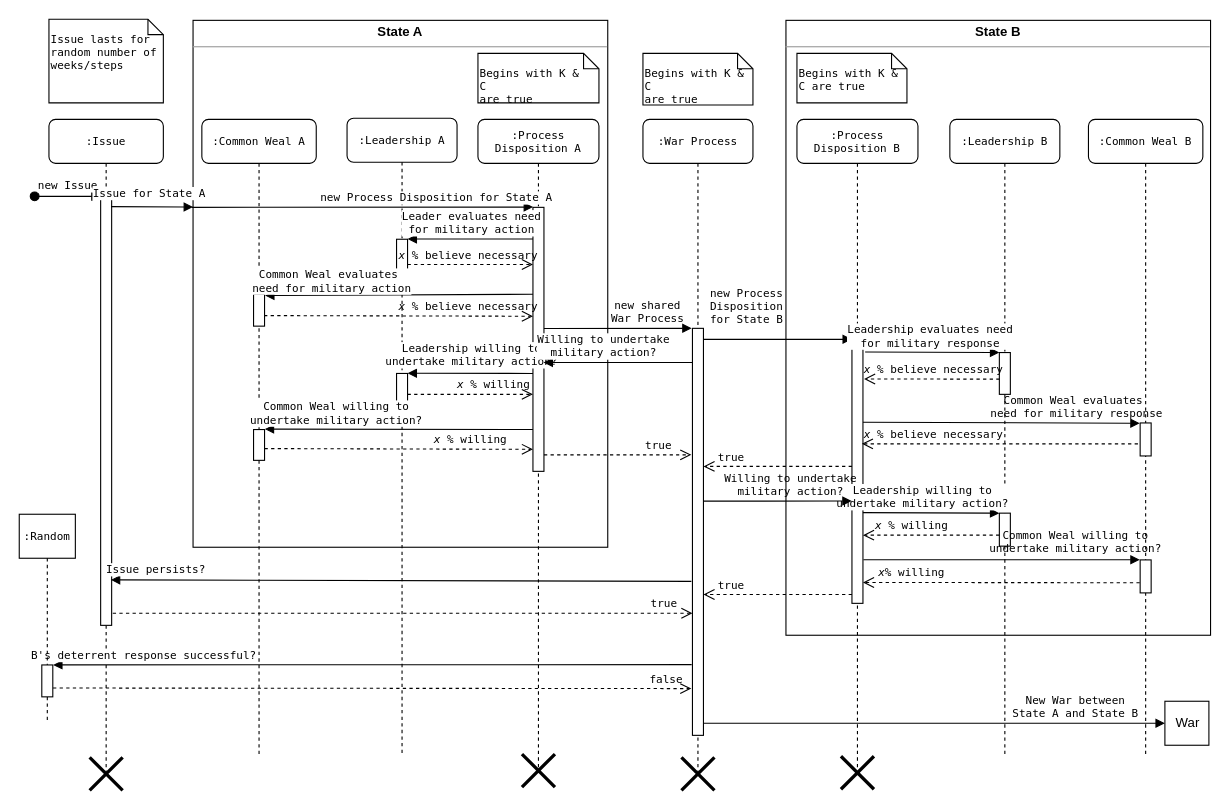
Earlier version of the draw.io diagram documentation/warProcessUML.drawio (usuallycwdillon/george). Source tidied: cells renumbered, new cells numbered last; positions are measured from the earlier drawing's top-left corner, leaving out a move shared by most shapes. Both pictures are drawn from the tidied source at 110%, with x=0, y=0 at pixel (-66, 19).
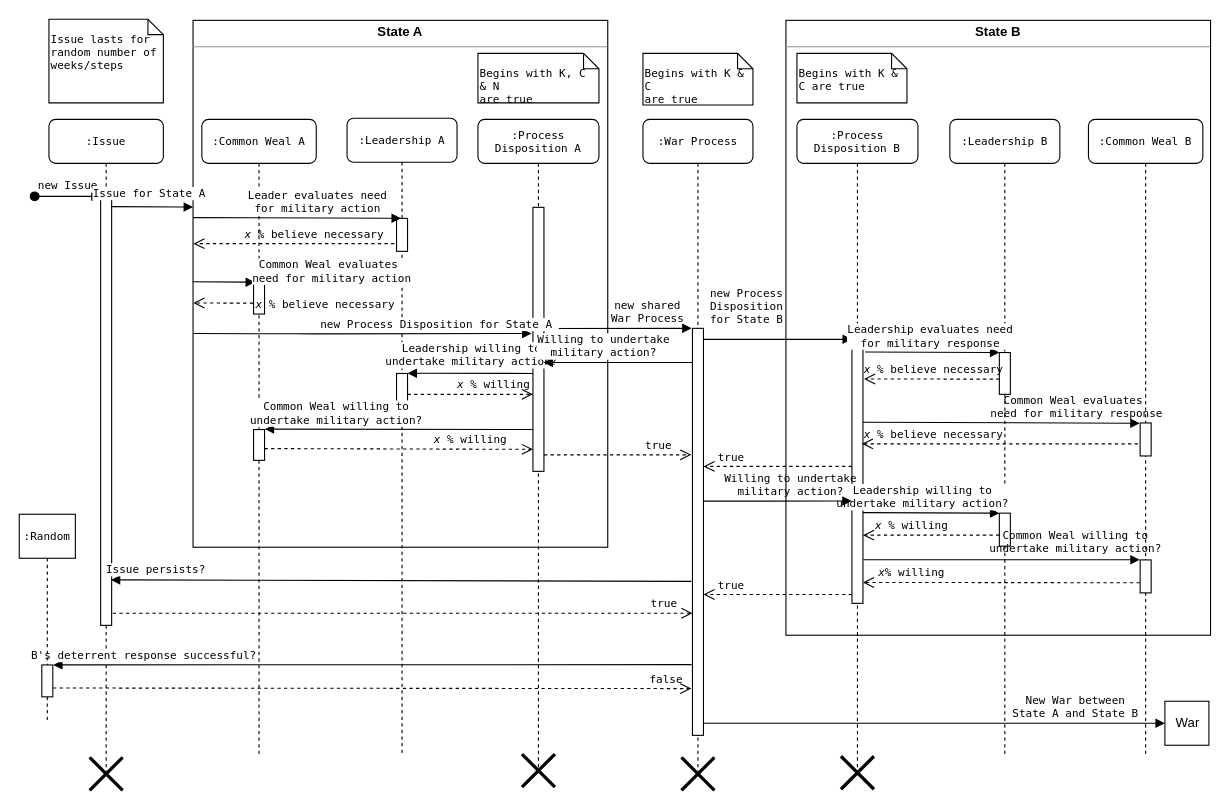
Above is the later version.

Commit message:
update for polity methods before disposition created

The change refers to these unchanged cells:
```xml
<mxCell id="5" style="html=1;points=[];perimeter=orthogonalPerimeter;rounded=0;shadow=0;comic=0;labelBackgroundColor=none;strokeColor=#000000;strokeWidth=1;fillColor=#FFFFFF;fontFamily=Lucida Console;fontSize=10;fontColor=#000000;align=center;" parent="4" vertex="1">
  <mxGeometry x="50" y="80" width="10" height="240" as="geometry" />
</mxCell>
<mxCell id="13" value=":Leadership A" style="shape=umlLifeline;perimeter=lifelinePerimeter;whiteSpace=wrap;html=1;rounded=1;shadow=0;comic=0;labelBackgroundColor=none;strokeColor=#000000;strokeWidth=1;fillColor=#FFFFFF;fontFamily=Lucida Console;fontSize=10;fontColor=#000000;align=center;" parent="1" vertex="1">
  <mxGeometry x="375" y="90" width="100" height="580" as="geometry" />
</mxCell>
<mxCell id="22" value=":Common Weal A" style="shape=umlLifeline;perimeter=lifelinePerimeter;whiteSpace=wrap;html=1;rounded=1;shadow=0;comic=0;labelBackgroundColor=none;strokeColor=#000000;strokeWidth=1;fillColor=#FFFFFF;fontFamily=Lucida Console;fontSize=10;fontColor=#000000;align=center;" parent="1" vertex="1">
  <mxGeometry x="243" y="91" width="104" height="580" as="geometry" />
</mxCell>
```

What changed in the source:
```diff
@@
     <mxCell id="14" style="html=1;perimeter=orthogonalPerimeter;rounded=0;shadow=0;comic=0;labelBackgroundColor=none;strokeColor=#000000;strokeWidth=1;fillColor=#FFFFFF;fontFamily=Lucida Console;fontSize=10;fontColor=#000000;align=center;" parent="13" vertex="1">
-      <mxGeometry x="45" y="110" width="10" height="30" as="geometry" />
+      <mxGeometry x="45" y="91" width="10" height="30" as="geometry" />
     </mxCell>
@@
-    <mxCell id="19" value="&lt;br&gt;Begins with K &amp;amp; C&amp;nbsp;&lt;br&gt;are true&lt;br&gt;" style="shape=note;whiteSpace=wrap;html=1;size=14;verticalAlign=top;align=left;spacingTop=-6;rounded=0;shadow=0;comic=0;labelBackgroundColor=none;strokeColor=#000000;strokeWidth=1;fillColor=#FFFFFF;fontFamily=Lucida Console;fontSize=10;fontColor=#000000;" parent="1" vertex="1">
+    <mxCell id="19" value="&lt;br&gt;Begins with K, C &amp;amp; N&lt;br&gt;are true&lt;br&gt;" style="shape=note;whiteSpace=wrap;html=1;size=14;verticalAlign=top;align=left;spacingTop=-6;rounded=0;shadow=0;comic=0;labelBackgroundColor=none;strokeColor=#000000;strokeWidth=1;fillColor=#FFFFFF;fontFamily=Lucida Console;fontSize=10;fontColor=#000000;" parent="1" vertex="1">
       <mxGeometry x="494" y="31" width="110" height="45" as="geometry" />
     </mxCell>
@@
     <mxCell id="23" style="html=1;points=[];perimeter=orthogonalPerimeter;rounded=0;shadow=0;comic=0;labelBackgroundColor=none;strokeColor=#000000;strokeWidth=1;fillColor=#FFFFFF;fontFamily=Lucida Console;fontSize=10;fontColor=#000000;align=center;" parent="22" vertex="1">
-      <mxGeometry x="47" y="159" width="10" height="29" as="geometry" />
+      <mxGeometry x="47" y="148" width="10" height="29" as="geometry" />
     </mxCell>
@@
-    <mxCell id="35" style="html=1;verticalAlign=bottom;endArrow=block;fontFamily=Lucida Console;fontSize=10;entryX=1.046;entryY=0.042;entryDx=0;entryDy=0;entryPerimeter=0;" parent="1" edge="1" target="23">
+    <mxCell id="35" style="html=1;verticalAlign=bottom;endArrow=block;fontFamily=Lucida Console;fontSize=10;exitX=-0.001;exitY=0.521;exitDx=0;exitDy=0;exitPerimeter=0;entryX=0.133;entryY=0.002;entryDx=0;entryDy=0;entryPerimeter=0;" parent="1" edge="1" target="23">
       <mxGeometry relative="1" as="geometry">
-        <mxPoint x="544" y="250" as="sourcePoint" />
+        <mxPoint x="234.7" y="238.7" as="sourcePoint" />
       </mxGeometry>
     </mxCell>
     <mxCell id="36" value="Common Weal evaluates&amp;nbsp;&lt;br&gt;need for military action" style="text;html=1;align=center;verticalAlign=middle;labelBackgroundColor=#ffffff;fontSize=10;fontFamily=Lucida Console;" parent="35" vertex="1">
       <mxGeometry x="0.78" y="1" relative="1" as="geometry">
-        <mxPoint x="33.5" y="-14.5" as="offset" />
+        <mxPoint x="75.5" y="-9.5" as="offset" />
       </mxGeometry>
     </mxCell>
-    <mxCell id="37" value="&lt;i&gt;x&lt;/i&gt;&amp;nbsp;% believe necessary&amp;nbsp;" style="html=1;verticalAlign=bottom;endArrow=open;dashed=1;endSize=8;labelBackgroundColor=none;fontFamily=Lucida Console;fontSize=10;edgeStyle=elbowEdgeStyle;elbow=vertical;exitX=0.954;exitY=0.669;exitDx=0;exitDy=0;exitPerimeter=0;" parent="1" edge="1" source="23">
-      <mxGeometry x="0.54" relative="1" as="geometry">
-        <mxPoint x="544" y="270" as="targetPoint" />
+    <mxCell id="37" value="&lt;i&gt;x&lt;/i&gt;&amp;nbsp;% believe necessary&amp;nbsp;" style="html=1;verticalAlign=bottom;endArrow=open;dashed=1;endSize=8;labelBackgroundColor=none;fontFamily=Lucida Console;fontSize=10;edgeStyle=elbowEdgeStyle;elbow=vertical;exitX=-0.053;exitY=0.657;exitDx=0;exitDy=0;exitPerimeter=0;entryX=0.001;entryY=0.561;entryDx=0;entryDy=0;entryPerimeter=0;" parent="1" edge="1" source="23">
+      <mxGeometry x="0.99" y="-123" relative="1" as="geometry">
+        <mxPoint x="235.3" y="257.7" as="targetPoint" />
         <Array as="points">
-          <mxPoint x="484" y="270" />
-          <mxPoint x="449" y="311" />
+          <mxPoint x="484" y="258" />
+          <mxPoint x="449" y="299" />
         </Array>
+        <mxPoint y="10" as="offset" />
       </mxGeometry>
     </mxCell>
@@
-    <mxCell id="64" value="&lt;font style=&quot;font-size: 10px&quot;&gt;Leader evaluates need&lt;br&gt;for military action&lt;br&gt;&lt;/font&gt;" style="html=1;verticalAlign=bottom;endArrow=block;fontFamily=Lucida Console;fontSize=10;entryX=0.984;entryY=-0.005;entryDx=0;entryDy=0;entryPerimeter=0;exitX=0.008;exitY=0.059;exitDx=0;exitDy=0;exitPerimeter=0;" parent="1" edge="1">
-      <mxGeometry x="-0.02" relative="1" as="geometry">
-        <mxPoint x="544" y="199.8" as="sourcePoint" />
-        <mxPoint x="430" y="199.8" as="targetPoint" />
+    <mxCell id="64" value="&lt;font style=&quot;font-size: 10px&quot;&gt;Leader evaluates need&lt;br&gt;for military action&lt;br&gt;&lt;/font&gt;" style="html=1;verticalAlign=bottom;endArrow=block;fontFamily=Lucida Console;fontSize=10;exitX=0;exitY=0.414;exitDx=0;exitDy=0;exitPerimeter=0;" parent="1" edge="1">
+      <mxGeometry x="0.2" relative="1" as="geometry">
+        <mxPoint x="235" y="180.3" as="sourcePoint" />
+        <mxPoint x="424" y="181" as="targetPoint" />
       </mxGeometry>
     </mxCell>
-    <mxCell id="65" value="&lt;i&gt;x&lt;/i&gt;&amp;nbsp;% believe necessary&amp;nbsp;" style="html=1;verticalAlign=bottom;endArrow=open;dashed=1;endSize=8;labelBackgroundColor=none;fontFamily=Lucida Console;fontSize=10;edgeStyle=elbowEdgeStyle;elbow=vertical;" parent="1" edge="1">
-      <mxGeometry x="0.02" relative="1" as="geometry">
-        <mxPoint x="430" y="223" as="sourcePoint" />
-        <mxPoint x="544" y="223" as="targetPoint" />
+    <mxCell id="65" value="&lt;i&gt;x&lt;/i&gt;&amp;nbsp;% believe necessary&amp;nbsp;" style="html=1;verticalAlign=bottom;endArrow=open;dashed=1;endSize=8;labelBackgroundColor=none;fontFamily=Lucida Console;fontSize=10;edgeStyle=elbowEdgeStyle;elbow=vertical;entryX=0.001;entryY=0.464;entryDx=0;entryDy=0;entryPerimeter=0;" parent="1" edge="1">
+      <mxGeometry x="-0.23" relative="1" as="geometry">
+        <mxPoint x="418" y="204" as="sourcePoint" />
+        <mxPoint x="235.3" y="204.3" as="targetPoint" />
         <Array as="points">
-          <mxPoint x="544" y="223" />
-          <mxPoint x="592.5" y="305" />
+          <mxPoint x="408" y="204" />
+          <mxPoint x="592.5" y="286" />
         </Array>
       </mxGeometry>
     </mxCell>
-    <mxCell id="66" value="&lt;font style=&quot;font-size: 10px&quot;&gt;new Process Disposition for State A&amp;nbsp;&lt;/font&gt;" style="html=1;verticalAlign=bottom;endArrow=block;fontFamily=Lucida Console;fontSize=10;entryX=0.011;entryY=-0.001;entryDx=0;entryDy=0;entryPerimeter=0;" parent="1" edge="1" target="5">
+    <mxCell id="66" value="&lt;font style=&quot;font-size: 10px&quot;&gt;new Process Disposition for State A&amp;nbsp;&lt;/font&gt;" style="html=1;verticalAlign=bottom;endArrow=block;fontFamily=Lucida Console;fontSize=10;entryX=-0.12;entryY=0.499;entryDx=0;entryDy=0;entryPerimeter=0;exitX=0.002;exitY=0.605;exitDx=0;exitDy=0;exitPerimeter=0;" parent="1" edge="1">
       <mxGeometry x="0.45" relative="1" as="geometry">
-        <mxPoint x="234" y="171" as="sourcePoint" />
+        <mxPoint x="235.7" y="285.7" as="sourcePoint" />
+        <mxPoint x="542.7" y="285.7" as="targetPoint" />
+        <Array as="points">
+          <mxPoint x="338" y="286" />
+        </Array>
       </mxGeometry>
     </mxCell>
```
